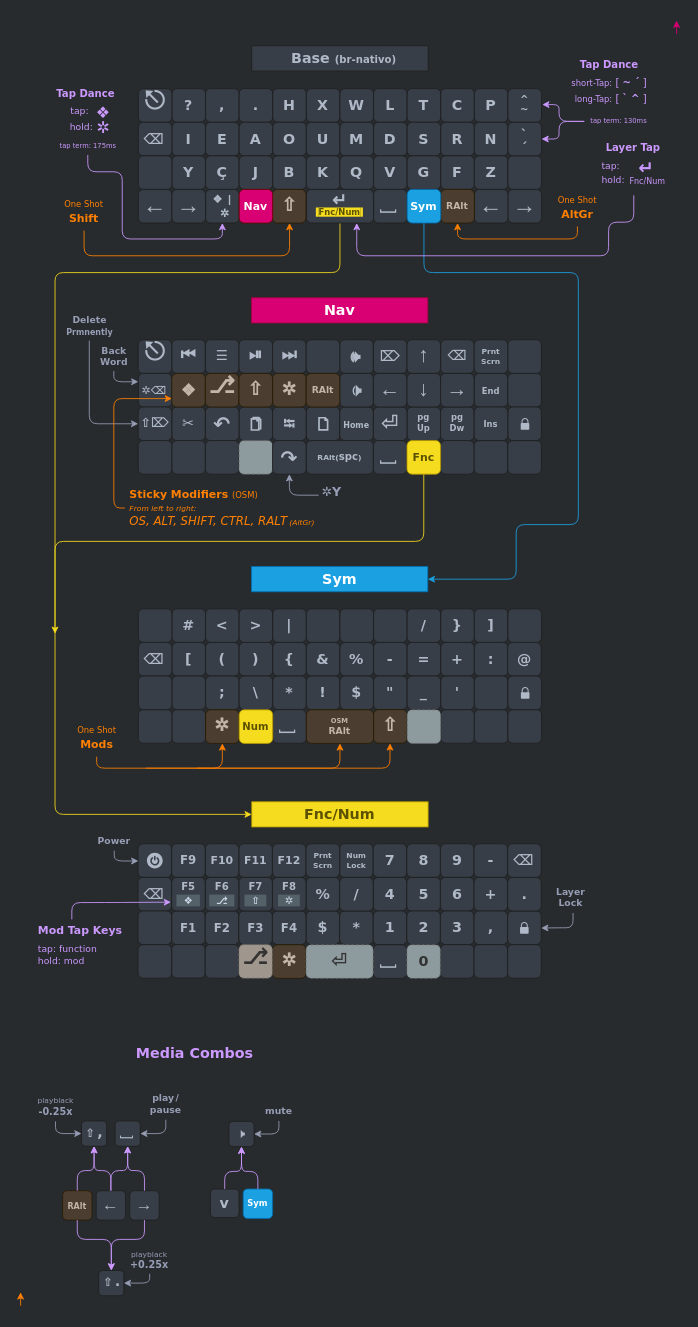
Before: page "layers" (1 of 3) of Keyboards/diagram/CSTC40.drawio in DropDeadAlex/sys-customs, a draw.io diagram. Source tidied: cells renumbered, new cells numbered last; positions are measured from the earlier drawing's top-left corner, leaving out a move shared by most shapes. Both pictures are drawn from the tidied source at 84%, with x=0, y=0 at pixel (20, 20).
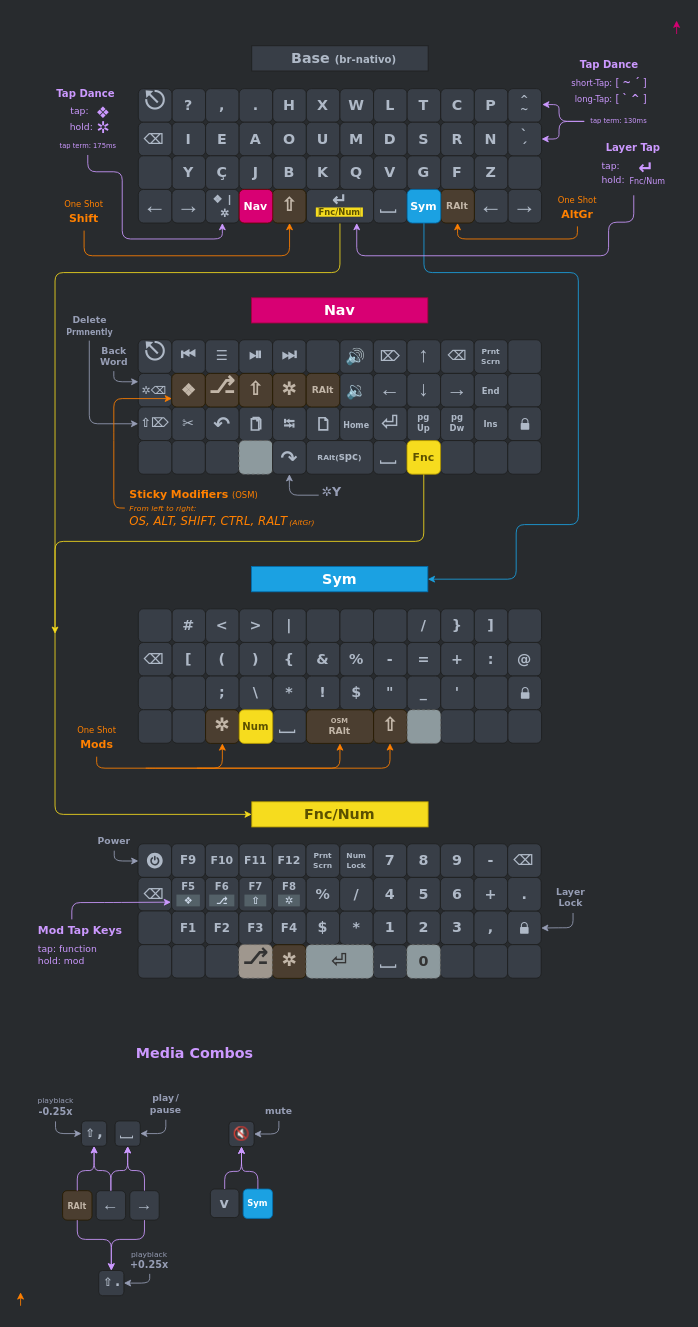
The same diagram, later.

Commit message:
another vol try

The edit, as a diff of the source:
```diff
@@
-    <mxCell id="3" value="🕪" style="whiteSpace=wrap;html=1;fontSize=19;fontFamily=Verdana;fontStyle=1;fontColor=#AFB9C7;fillColor=#383E47;rounded=1;strokeColor=#1E1F20;spacingRight=2;" parent="1" vertex="1">
+    <mxCell id="3" value="🔊" style="whiteSpace=wrap;html=1;fontSize=19;fontFamily=Verdana;fontStyle=1;fontColor=#AFB9C7;fillColor=#383E47;rounded=1;strokeColor=#1E1F20;spacingRight=2;" parent="1" vertex="1">
       <mxGeometry x="380" y="380" width="40" height="40" as="geometry" />
     </mxCell>
@@
-    <mxCell id="65" value="🕩" style="whiteSpace=wrap;html=1;fontSize=20;fontFamily=Verdana;fontStyle=1;fontColor=#AFB9C7;fillColor=#383E47;rounded=1;spacingTop=-2;spacingLeft=0;strokeColor=#1E1F20;spacingRight=0;" parent="1" vertex="1">
+    <mxCell id="65" value="🔉" style="whiteSpace=wrap;html=1;fontSize=20;fontFamily=Verdana;fontStyle=1;fontColor=#AFB9C7;fillColor=#383E47;rounded=1;spacingTop=-2;spacingLeft=0;strokeColor=#1E1F20;spacingRight=0;" parent="1" vertex="1">
       <mxGeometry x="380" y="420" width="40" height="40" as="geometry" />
     </mxCell>
@@
-    <mxCell id="263" value="🕨" style="whiteSpace=wrap;html=1;rotation=0;fontSize=16;fontFamily=Verdana;fontStyle=0;fontColor=#AFB9C7;fillColor=#383E47;rounded=1;strokeColor=#1E1F20;horizontal=1;spacingLeft=0;spacingTop=-2;spacingRight=0;" parent="1" vertex="1">
+    <mxCell id="263" value="🔇" style="whiteSpace=wrap;html=1;rotation=0;fontSize=16;fontFamily=Verdana;fontStyle=0;fontColor=#AFB9C7;fillColor=#383E47;rounded=1;strokeColor=#1E1F20;horizontal=1;spacingLeft=0;spacingTop=-2;spacingRight=0;" parent="1" vertex="1">
       <mxGeometry x="248" y="1310.5" width="30" height="30" as="geometry" />
     </mxCell>
```
